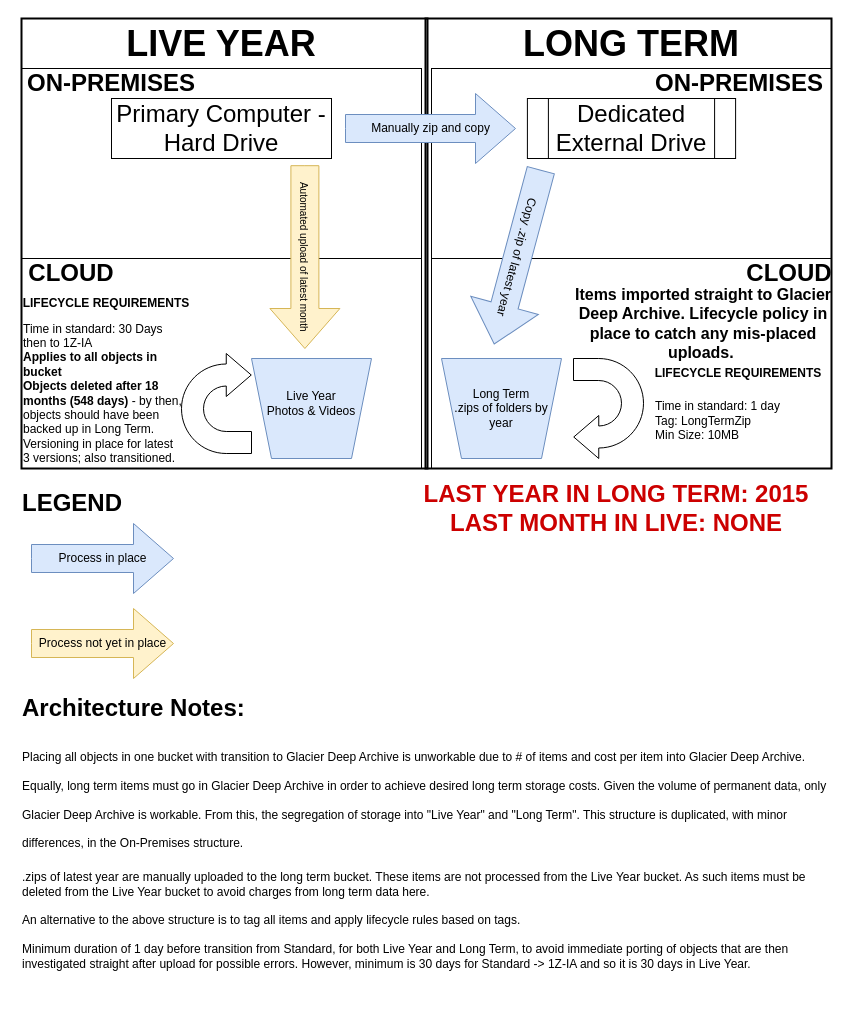
The draw.io diagram S3_Backup_Structure.drawio in ancollis757/generaltools, before the edit. Source tidied: cells renumbered, new cells numbered last; positions are measured from the earlier drawing's top-left corner, leaving out a move shared by most shapes. Both pictures are drawn from the tidied source at 100%, with x=0, y=0 at pixel (17, 18).
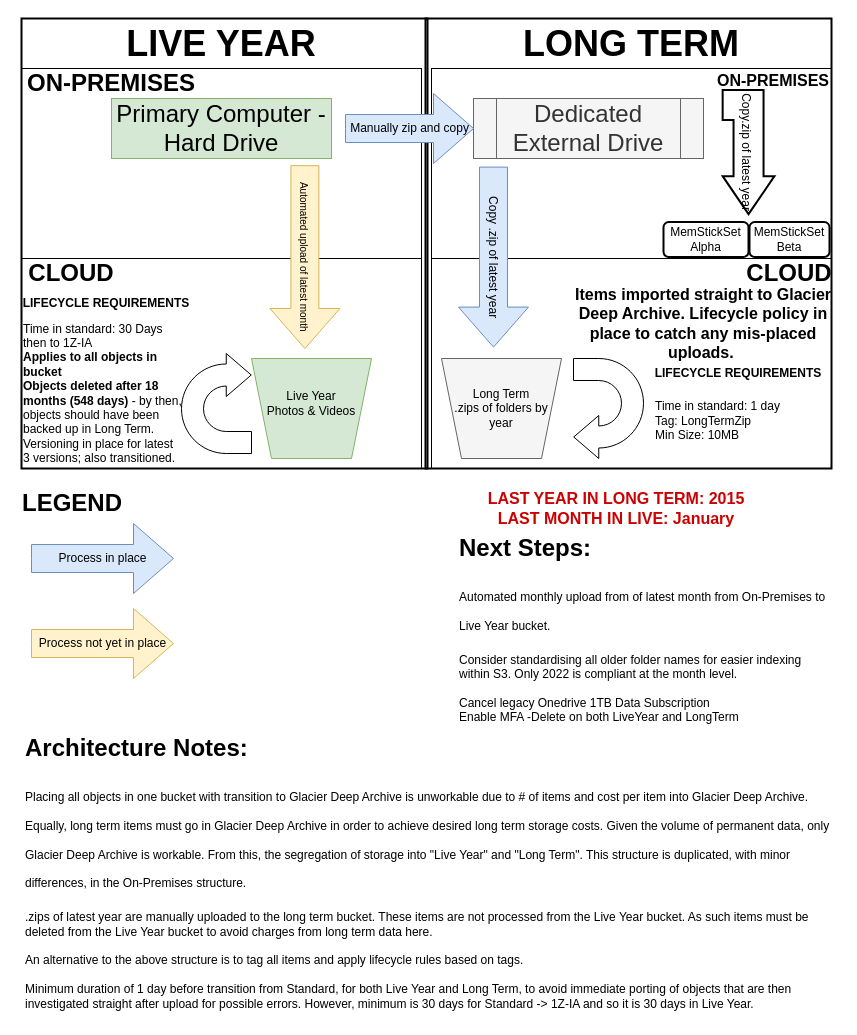
The same diagram, later.

Change to the diagram source:
```diff
@@
-    <mxCell id="8" style="shape=trapezoid;perimeter=trapezoidPerimeter;whiteSpace=wrap;html=1;fixedSize=1;rotation=-180;fillColor=#dae8fc;strokeColor=#6c8ebf;" parent="1" vertex="1">
+    <mxCell id="8" style="shape=trapezoid;perimeter=trapezoidPerimeter;whiteSpace=wrap;html=1;fixedSize=1;rotation=-180;fillColor=#d5e8d4;strokeColor=#82b366;" parent="1" vertex="1">
       <mxGeometry x="234" y="340" width="120" height="100" as="geometry" />
     </mxCell>
@@
-    <mxCell id="10" style="shape=trapezoid;perimeter=trapezoidPerimeter;whiteSpace=wrap;html=1;fixedSize=1;rotation=-180;fillColor=#dae8fc;strokeColor=#6c8ebf;" parent="1" vertex="1">
+    <mxCell id="10" style="shape=trapezoid;perimeter=trapezoidPerimeter;whiteSpace=wrap;html=1;fixedSize=1;rotation=-180;fillColor=#f5f5f5;strokeColor=#666666;fontColor=#333333;" parent="1" vertex="1">
       <mxGeometry x="424" y="340" width="120" height="100" as="geometry" />
     </mxCell>
@@
     <mxCell id="15" value="&lt;h1&gt;&lt;span style=&quot;background-color: initial;&quot;&gt;Architecture Notes:&lt;/span&gt;&lt;/h1&gt;&lt;h1&gt;&lt;span style=&quot;background-color: initial; font-size: 12px; font-weight: normal;&quot;&gt;Placing all objects in one bucket with transition to Glacier Deep Archive is unworkable due to # of items and cost per item into Glacier Deep Archive. Equally, long term items must go in Glacier Deep Archive in order to achieve desired long term storage costs. Given the volume of permanent data, only Glacier Deep Archive is workable. From this, the segregation of storage into &quot;Live Year&quot; and &quot;Long Term&quot;. This structure is duplicated, with minor differences, in the On-Premises structure.&lt;/span&gt;&lt;br&gt;&lt;/h1&gt;&lt;div&gt;&lt;span style=&quot;background-color: initial; font-size: 12px; font-weight: normal;&quot;&gt;.zips of latest year are manually uploaded to the long term bucket. These items are not processed from the Live Year bucket. As such items must be deleted from the Live Year bucket to avoid charges from long term data here.&lt;/span&gt;&lt;/div&gt;&lt;div&gt;&lt;br&gt;&lt;/div&gt;&lt;div&gt;An alternative to the above structure is to tag all items and apply lifecycle rules based on tags.&lt;/div&gt;&lt;div&gt;&lt;br&gt;&lt;/div&gt;&lt;div&gt;Minimum duration of 1 day before transition from Standard, for both Live Year and Long Term, to avoid immediate porting of objects that are then investigated straight after upload for possible errors. However, minimum is 30 days for Standard -&amp;gt; 1Z-IA and so it is 30 days in Live Year.&lt;/div&gt;" style="text;html=1;strokeColor=none;fillColor=none;spacing=5;spacingTop=-20;whiteSpace=wrap;overflow=hidden;rounded=0;" parent="1" vertex="1">
-      <mxGeometry y="670" width="820" height="290" as="geometry" />
+      <mxGeometry x="3" y="710" width="820" height="290" as="geometry" />
     </mxCell>
@@
-    <mxCell id="20" value="ON-PREMISES" style="text;html=1;strokeColor=none;fillColor=none;align=center;verticalAlign=middle;whiteSpace=wrap;rounded=0;fontSize=24;fontStyle=1;" parent="1" vertex="1">
-      <mxGeometry x="632" y="50" width="180" height="30" as="geometry" />
+    <mxCell id="20" value="&lt;font style=&quot;font-size: 16px;&quot;&gt;ON-PREMISES&lt;/font&gt;" style="text;html=1;strokeColor=none;fillColor=none;align=center;verticalAlign=middle;whiteSpace=wrap;rounded=0;fontSize=24;fontStyle=1;" parent="1" vertex="1">
+      <mxGeometry x="698" y="45" width="116" height="30" as="geometry" />
     </mxCell>
@@
-    <mxCell id="22" value="Dedicated External Drive" style="shape=process;whiteSpace=wrap;html=1;backgroundOutline=1;fontSize=24;fillColor=none;" parent="1" vertex="1">
-      <mxGeometry x="509.9" y="80" width="208.2" height="60" as="geometry" />
+    <mxCell id="22" value="Dedicated External Drive" style="shape=process;whiteSpace=wrap;html=1;backgroundOutline=1;fontSize=24;fillColor=#f5f5f5;fontColor=#333333;strokeColor=#666666;" parent="1" vertex="1">
+      <mxGeometry x="456" y="80" width="230" height="60" as="geometry" />
     </mxCell>
-    <mxCell id="23" value="Primary Computer - Hard Drive" style="rounded=0;whiteSpace=wrap;html=1;fontSize=24;fillColor=none;" parent="1" vertex="1">
+    <mxCell id="23" value="Primary Computer - Hard Drive" style="rounded=0;whiteSpace=wrap;html=1;fontSize=24;fillColor=#d5e8d4;strokeColor=#82b366;" parent="1" vertex="1">
       <mxGeometry x="94" y="80" width="220" height="60" as="geometry" />
     </mxCell>
     <mxCell id="24" value="Manually zip and copy" style="html=1;shadow=0;dashed=0;align=center;verticalAlign=middle;shape=mxgraph.arrows2.arrow;dy=0.6;dx=40;notch=0;fontSize=12;fillColor=#dae8fc;strokeColor=#6c8ebf;" parent="1" vertex="1">
-      <mxGeometry x="328" y="75" width="170" height="70" as="geometry" />
+      <mxGeometry x="328" y="75" width="128" height="70" as="geometry" />
     </mxCell>
@@
-    <mxCell id="26" value="Copy .zip of latest year" style="html=1;shadow=0;dashed=0;align=center;verticalAlign=middle;shape=mxgraph.arrows2.arrow;dy=0.6;dx=40;notch=0;fontSize=12;fillColor=#dae8fc;rotation=105;strokeColor=#6c8ebf;" parent="1" vertex="1">
-      <mxGeometry x="410" y="203.6" width="180" height="70" as="geometry" />
+    <mxCell id="26" value="Copy .zip of latest year" style="html=1;shadow=0;dashed=0;align=center;verticalAlign=middle;shape=mxgraph.arrows2.arrow;dy=0.6;dx=40;notch=0;fontSize=12;fillColor=#dae8fc;rotation=90;strokeColor=#6c8ebf;" parent="1" vertex="1">
+      <mxGeometry x="386" y="203.6" width="180" height="70" as="geometry" />
     </mxCell>
@@
-    <mxCell id="34" value="LAST YEAR IN LONG TERM: 2015&lt;br&gt;LAST MONTH IN LIVE: NONE" style="text;html=1;strokeColor=none;fillColor=none;align=center;verticalAlign=middle;whiteSpace=wrap;rounded=0;fontSize=24;fontStyle=1;fontColor=#CC0000;" parent="1" vertex="1">
+    <mxCell id="34" value="LAST YEAR IN LONG TERM: 2015&lt;br style=&quot;font-size: 16px;&quot;&gt;LAST MONTH IN LIVE: January" style="text;html=1;strokeColor=none;fillColor=none;align=center;verticalAlign=middle;whiteSpace=wrap;rounded=0;fontSize=16;fontStyle=1;fontColor=#CC0000;" parent="1" vertex="1">
       <mxGeometry x="386" y="475" width="426" height="30" as="geometry" />
     </mxCell>
+    <mxCell id="35" value="&lt;h1&gt;&lt;span style=&quot;background-color: initial;&quot;&gt;Next Steps:&lt;/span&gt;&lt;/h1&gt;&lt;h1&gt;&lt;span style=&quot;font-size: 12px; font-weight: 400;&quot;&gt;Automated monthly upload from of latest month from On-Premises to Live Year bucket.&lt;/span&gt;&lt;/h1&gt;&lt;div&gt;Consider standardising all older folder names for easier indexing within S3. Only 2022 is compliant at the month level.&lt;br&gt;&lt;/div&gt;&lt;div&gt;&lt;br&gt;&lt;/div&gt;&lt;div&gt;Cancel legacy Onedrive 1TB Data Subscription&lt;/div&gt;&lt;div&gt;Enable MFA -Delete on both LiveYear and LongTerm&lt;/div&gt;" style="text;html=1;strokeColor=none;fillColor=none;spacing=5;spacingTop=-20;whiteSpace=wrap;overflow=hidden;rounded=0;" parent="1" vertex="1">
+      <mxGeometry x="437" y="510" width="383" height="210" as="geometry" />
+    </mxCell>
+    <mxCell id="36" value="&lt;font color=&quot;#000000&quot; style=&quot;font-size: 12px;&quot;&gt;MemStickSet Alpha&lt;/font&gt;" style="rounded=1;whiteSpace=wrap;html=1;strokeWidth=2;fontSize=12;fontColor=#CC0000;fillColor=default;" parent="1" vertex="1">
+      <mxGeometry x="646" y="203.6" width="85" height="35" as="geometry" />
+    </mxCell>
+    <mxCell id="37" value="&lt;font color=&quot;#000000&quot; style=&quot;font-size: 12px;&quot;&gt;MemStickSet Beta&lt;/font&gt;" style="rounded=1;whiteSpace=wrap;html=1;strokeWidth=2;fontSize=12;fontColor=#CC0000;fillColor=default;" parent="1" vertex="1">
+      <mxGeometry x="732" y="203.6" width="80" height="35" as="geometry" />
+    </mxCell>
+    <mxCell id="38" value="&lt;font style=&quot;font-size: 12px;&quot;&gt;Copy.zip of latest year&lt;/font&gt;" style="html=1;shadow=0;dashed=0;align=center;verticalAlign=middle;shape=mxgraph.arrows2.bendArrow;dy=15;dx=38;notch=0;arrowHead=55;rounded=0;strokeWidth=2;fontSize=16;fontColor=#000000;fillColor=default;rotation=90;" parent="1" vertex="1">
+      <mxGeometry x="669" y="107.7" width="124.1" height="51.8" as="geometry" />
+    </mxCell>
```
